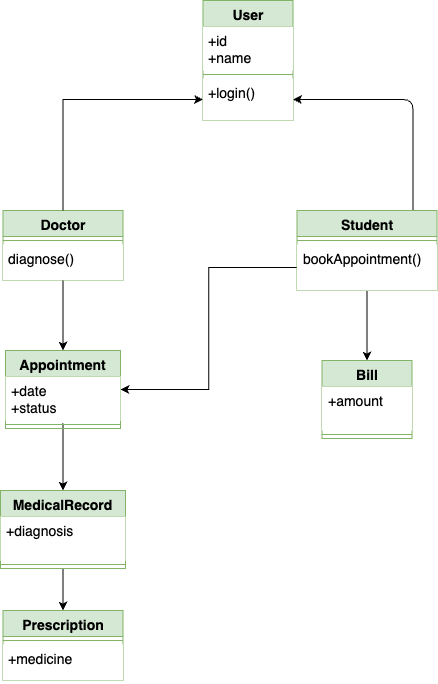
Before: Hospital Management System/HMS_ClassDiagram.png, a diagram exported from draw.io (SajjadHossainSoykot/ICT-4106-System-Analysis-and-Software-Engineering-Laboratory). Source tidied: cells renumbered, new cells last; positions are measured from the earlier drawing's top-left corner, leaving out a move shared by most shapes. Its diagram source:
```xml
<mxGraphModel>
  <root>
    <mxCell id="0" />
    <mxCell id="1" parent="0" />
    <mxCell id="2" value="User" style="swimlane;fontStyle=1;align=center;verticalAlign=top;horizontal=1;startSize=26;whiteSpace=wrap;html=1;fillColor=#d5e8d4;strokeColor=#82b366;fontSize=14;" parent="1" vertex="1">
      <mxGeometry x="202.5" width="90" height="120" as="geometry" />
    </mxCell>
    <mxCell id="3" value="+id&lt;div&gt;+name&lt;/div&gt;" style="text;strokeColor=none;fillColor=default;align=left;verticalAlign=top;spacingLeft=4;spacingRight=4;overflow=hidden;whiteSpace=wrap;html=1;fontSize=14;" parent="2" vertex="1">
      <mxGeometry y="26" width="90" height="44" as="geometry" />
    </mxCell>
    <mxCell id="4" style="line;strokeWidth=1;fillColor=none;align=left;verticalAlign=middle;spacingTop=-1;spacingLeft=3;spacingRight=3;labelPosition=right;strokeColor=inherit;fontSize=14;" parent="2" vertex="1">
      <mxGeometry y="70" width="90" height="8" as="geometry" />
    </mxCell>
    <mxCell id="5" value="+login()" style="text;strokeColor=none;fillColor=default;align=left;verticalAlign=top;spacingLeft=4;spacingRight=4;overflow=hidden;points=[[0,0.5],[1,0.5]];portConstraint=eastwest;whiteSpace=wrap;html=1;fontSize=14;" parent="2" vertex="1">
      <mxGeometry y="78" width="90" height="42" as="geometry" />
    </mxCell>
    <mxCell id="6" style="html=1;exitX=0;exitY=0.25;exitDx=0;exitDy=0;entryX=1;entryY=0.5;entryDx=0;entryDy=0;edgeStyle=elbowEdgeStyle;fontSize=14;" parent="1" edge="1" source="9" target="5">
      <mxGeometry relative="1" as="geometry">
        <Array as="points">
          <mxPoint x="412.5" y="100" />
        </Array>
      </mxGeometry>
    </mxCell>
    <mxCell id="7" style="edgeStyle=orthogonalEdgeStyle;rounded=0;jettySize=auto;html=1;exitX=0;exitY=0.5;exitDx=0;exitDy=0;entryX=1;entryY=0.5;entryDx=0;entryDy=0;fontSize=14;" parent="1" edge="1" source="11" target="20">
      <mxGeometry relative="1" as="geometry" />
    </mxCell>
    <mxCell id="8" style="edgeStyle=none;html=1;exitX=0.5;exitY=1;exitDx=0;exitDy=0;entryX=0.5;entryY=0;entryDx=0;entryDy=0;" parent="1" edge="1" source="9" target="12">
      <mxGeometry relative="1" as="geometry" />
    </mxCell>
    <mxCell id="9" value="Student" style="swimlane;fontStyle=1;align=center;verticalAlign=top;horizontal=1;startSize=26;whiteSpace=wrap;html=1;fillColor=#d5e8d4;strokeColor=#82b366;fontSize=14;" parent="1" vertex="1">
      <mxGeometry x="296.5" y="210" width="140" height="80" as="geometry" />
    </mxCell>
    <mxCell id="10" style="line;strokeWidth=1;fillColor=none;align=left;verticalAlign=middle;spacingTop=-1;spacingLeft=3;spacingRight=3;labelPosition=right;strokeColor=inherit;fontSize=14;" parent="9" vertex="1">
      <mxGeometry y="26" width="140" height="8" as="geometry" />
    </mxCell>
    <mxCell id="11" value="bookAppointment()" style="text;strokeColor=none;fillColor=default;align=left;verticalAlign=top;spacingLeft=4;spacingRight=4;overflow=hidden;points=[[0,0.5],[1,0.5]];portConstraint=eastwest;whiteSpace=wrap;html=1;fontSize=14;" parent="9" vertex="1">
      <mxGeometry y="34" width="140" height="46" as="geometry" />
    </mxCell>
    <mxCell id="12" value="Bill" style="swimlane;fontStyle=1;align=center;verticalAlign=top;horizontal=1;startSize=26;whiteSpace=wrap;html=1;fillColor=#d5e8d4;strokeColor=#82b366;fontSize=14;" parent="1" vertex="1">
      <mxGeometry x="321.5" y="360" width="90" height="78" as="geometry" />
    </mxCell>
    <mxCell id="13" value="+amount" style="text;strokeColor=none;fillColor=default;align=left;verticalAlign=top;spacingLeft=4;spacingRight=4;overflow=hidden;whiteSpace=wrap;html=1;fontSize=14;" parent="12" vertex="1">
      <mxGeometry y="26" width="90" height="44" as="geometry" />
    </mxCell>
    <mxCell id="14" style="line;strokeWidth=1;fillColor=none;align=left;verticalAlign=middle;spacingTop=-1;spacingLeft=3;spacingRight=3;labelPosition=right;strokeColor=inherit;fontSize=14;" parent="12" vertex="1">
      <mxGeometry y="70" width="90" height="8" as="geometry" />
    </mxCell>
    <mxCell id="15" style="edgeStyle=orthogonalEdgeStyle;html=1;exitX=0.5;exitY=1;exitDx=0;exitDy=0;entryX=0.5;entryY=0;entryDx=0;entryDy=0;fontSize=14;" parent="1" edge="1" source="20" target="25">
      <mxGeometry relative="1" as="geometry">
        <Array as="points">
          <mxPoint x="62.5" y="420" />
          <mxPoint x="62.5" y="420" />
        </Array>
      </mxGeometry>
    </mxCell>
    <mxCell id="16" value="Doctor" style="swimlane;fontStyle=1;align=center;verticalAlign=top;horizontal=1;startSize=26;whiteSpace=wrap;html=1;fillColor=#d5e8d4;strokeColor=#82b366;fontSize=14;" parent="1" vertex="1">
      <mxGeometry x="2.5" y="210" width="120" height="70" as="geometry" />
    </mxCell>
    <mxCell id="17" style="line;strokeWidth=1;fillColor=none;align=left;verticalAlign=middle;spacingTop=-1;spacingLeft=3;spacingRight=3;labelPosition=right;strokeColor=inherit;fontSize=14;" parent="16" vertex="1">
      <mxGeometry y="26" width="120" height="8" as="geometry" />
    </mxCell>
    <mxCell id="18" value="diagnose()" style="text;strokeColor=none;fillColor=default;align=left;verticalAlign=top;spacingLeft=4;spacingRight=4;overflow=hidden;points=[[0,0.5],[1,0.5]];portConstraint=eastwest;whiteSpace=wrap;html=1;fontSize=14;" parent="16" vertex="1">
      <mxGeometry y="34" width="120" height="36" as="geometry" />
    </mxCell>
    <mxCell id="19" style="rounded=0;jettySize=auto;html=1;entryX=0;entryY=0.5;entryDx=0;entryDy=0;exitX=0.5;exitY=0;exitDx=0;exitDy=0;fontSize=14;edgeStyle=orthogonalEdgeStyle;" parent="1" edge="1" source="16" target="5">
      <mxGeometry relative="1" as="geometry">
        <Array as="points">
          <mxPoint x="62.5" y="99" />
        </Array>
      </mxGeometry>
    </mxCell>
    <mxCell id="20" value="Appointment" style="swimlane;fontStyle=1;align=center;verticalAlign=top;horizontal=1;startSize=26;whiteSpace=wrap;html=1;fillColor=#d5e8d4;strokeColor=#82b366;fontSize=14;" parent="1" vertex="1">
      <mxGeometry x="5" y="350" width="115" height="78" as="geometry" />
    </mxCell>
    <mxCell id="21" value="+date&lt;div&gt;+status&lt;/div&gt;" style="text;strokeColor=none;fillColor=default;align=left;verticalAlign=top;spacingLeft=4;spacingRight=4;overflow=hidden;whiteSpace=wrap;html=1;fontSize=14;" parent="20" vertex="1">
      <mxGeometry y="26" width="115" height="44" as="geometry" />
    </mxCell>
    <mxCell id="22" style="line;strokeWidth=1;fillColor=none;align=left;verticalAlign=middle;spacingTop=-1;spacingLeft=3;spacingRight=3;labelPosition=right;strokeColor=inherit;fontSize=14;" parent="20" vertex="1">
      <mxGeometry y="70" width="115" height="8" as="geometry" />
    </mxCell>
    <mxCell id="23" style="rounded=0;jettySize=auto;html=1;entryX=0.5;entryY=0;entryDx=0;entryDy=0;edgeStyle=orthogonalEdgeStyle;fontSize=14;" parent="1" edge="1" source="18" target="20">
      <mxGeometry relative="1" as="geometry">
        <Array as="points">
          <mxPoint x="62.5" y="290" />
          <mxPoint x="62.5" y="290" />
        </Array>
      </mxGeometry>
    </mxCell>
    <mxCell id="24" style="edgeStyle=none;html=1;exitX=0.5;exitY=1;exitDx=0;exitDy=0;entryX=0.5;entryY=0;entryDx=0;entryDy=0;" parent="1" edge="1" source="25" target="28">
      <mxGeometry relative="1" as="geometry" />
    </mxCell>
    <mxCell id="25" value="MedicalRecord" style="swimlane;fontStyle=1;align=center;verticalAlign=top;horizontal=1;startSize=26;whiteSpace=wrap;html=1;fillColor=#d5e8d4;strokeColor=#82b366;fontSize=14;" parent="1" vertex="1">
      <mxGeometry y="490" width="125" height="78" as="geometry" />
    </mxCell>
    <mxCell id="26" value="+diagnosis" style="text;strokeColor=none;fillColor=default;align=left;verticalAlign=top;spacingLeft=4;spacingRight=4;overflow=hidden;whiteSpace=wrap;html=1;fontSize=14;" parent="25" vertex="1">
      <mxGeometry y="26" width="125" height="44" as="geometry" />
    </mxCell>
    <mxCell id="27" style="line;strokeWidth=1;fillColor=none;align=left;verticalAlign=middle;spacingTop=-1;spacingLeft=3;spacingRight=3;labelPosition=right;strokeColor=inherit;fontSize=14;" parent="25" vertex="1">
      <mxGeometry y="70" width="125" height="8" as="geometry" />
    </mxCell>
    <mxCell id="28" value="Prescription" style="swimlane;fontStyle=1;align=center;verticalAlign=top;horizontal=1;startSize=26;whiteSpace=wrap;html=1;fillColor=#d5e8d4;strokeColor=#82b366;fontSize=14;" parent="1" vertex="1">
      <mxGeometry x="2.5" y="610" width="120" height="70" as="geometry" />
    </mxCell>
    <mxCell id="29" style="line;strokeWidth=1;fillColor=none;align=left;verticalAlign=middle;spacingTop=-1;spacingLeft=3;spacingRight=3;labelPosition=right;strokeColor=inherit;fontSize=14;" parent="28" vertex="1">
      <mxGeometry y="26" width="120" height="8" as="geometry" />
    </mxCell>
    <mxCell id="30" value="+medicine" style="text;strokeColor=none;fillColor=default;align=left;verticalAlign=top;spacingLeft=4;spacingRight=4;overflow=hidden;whiteSpace=wrap;html=1;fontSize=14;" parent="28" vertex="1">
      <mxGeometry y="34" width="120" height="36" as="geometry" />
    </mxCell>
  </root>
</mxGraphModel>
```
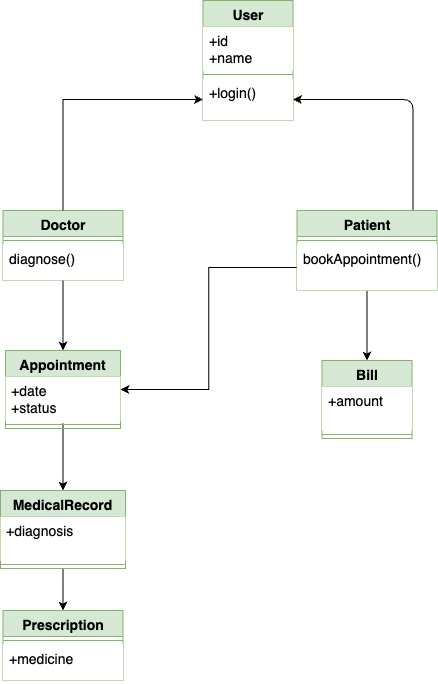
The same diagram one commit later.

Commit message:
Fixed class patient

Diff of the diagram source:
```diff
@@ -27,7 +27,7 @@
     <mxCell id="8" style="edgeStyle=none;html=1;exitX=0.5;exitY=1;exitDx=0;exitDy=0;entryX=0.5;entryY=0;entryDx=0;entryDy=0;" parent="1" edge="1" source="9" target="12">
       <mxGeometry relative="1" as="geometry" />
     </mxCell>
-    <mxCell id="9" value="Student" style="swimlane;fontStyle=1;align=center;verticalAlign=top;horizontal=1;startSize=26;whiteSpace=wrap;html=1;fillColor=#d5e8d4;strokeColor=#82b366;fontSize=14;" parent="1" vertex="1">
+    <mxCell id="9" value="Patient" style="swimlane;fontStyle=1;align=center;verticalAlign=top;horizontal=1;startSize=26;whiteSpace=wrap;html=1;fillColor=#d5e8d4;strokeColor=#82b366;fontSize=14;" parent="1" vertex="1">
       <mxGeometry x="296.5" y="210" width="140" height="80" as="geometry" />
     </mxCell>
     <mxCell id="10" style="line;strokeWidth=1;fillColor=none;align=left;verticalAlign=middle;spacingTop=-1;spacingLeft=3;spacingRight=3;labelPosition=right;strokeColor=inherit;fontSize=14;" parent="9" vertex="1">
```
